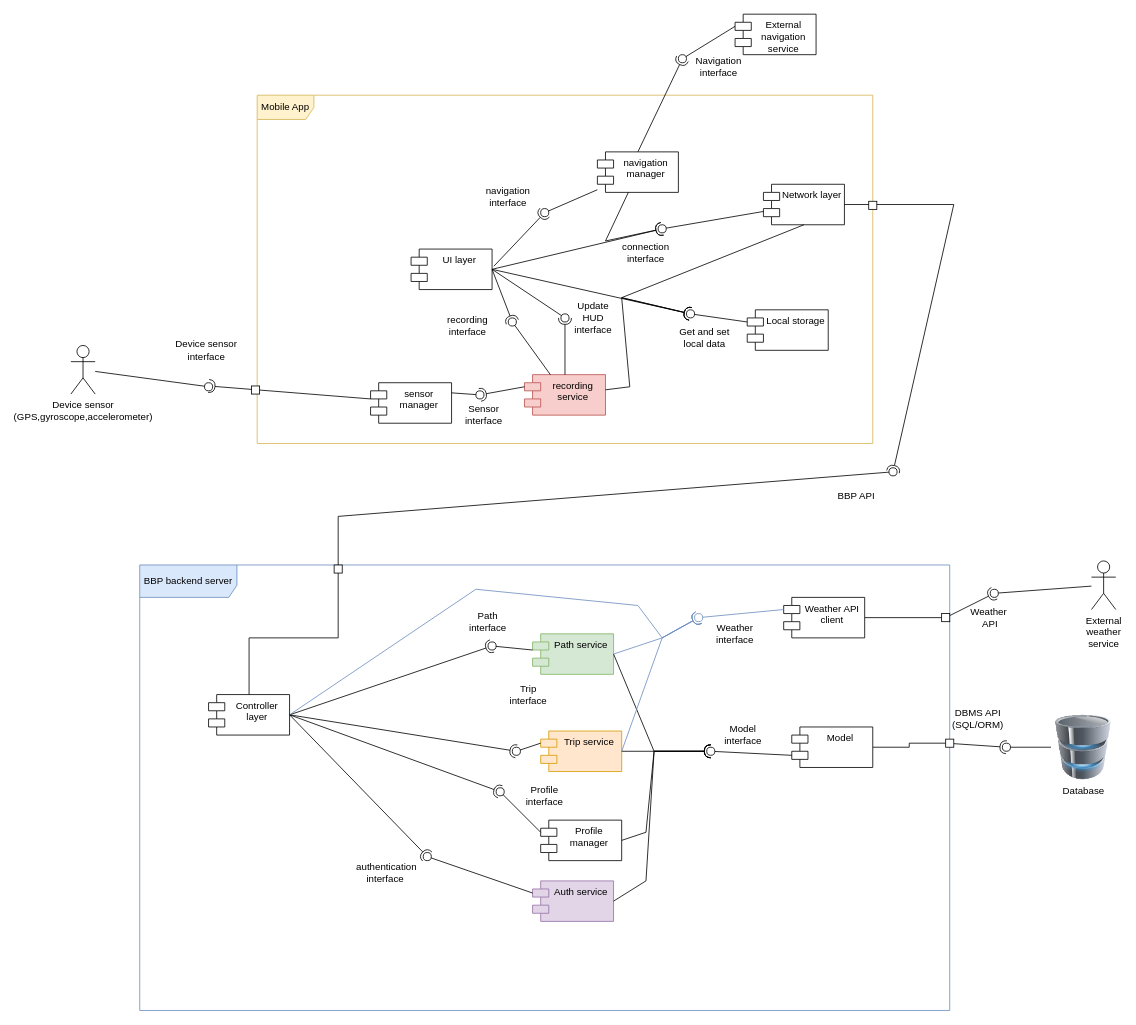
jacopobellosi/Bellosi-Montanelli-Tempobono keeps this draw.io diagram as page "Complete_low_level_diagram" (3 of 7) of DD/LaTeXCode/images/drawio/Component_diagram.drawio. Above is the earlier version. Source tidied: cells renumbered, new cells numbered last; positions are measured from the earlier drawing's top-left corner, leaving out a move shared by most shapes. Both pictures are drawn from the tidied source at 81%, with x=0, y=0 at pixel (70, 14).
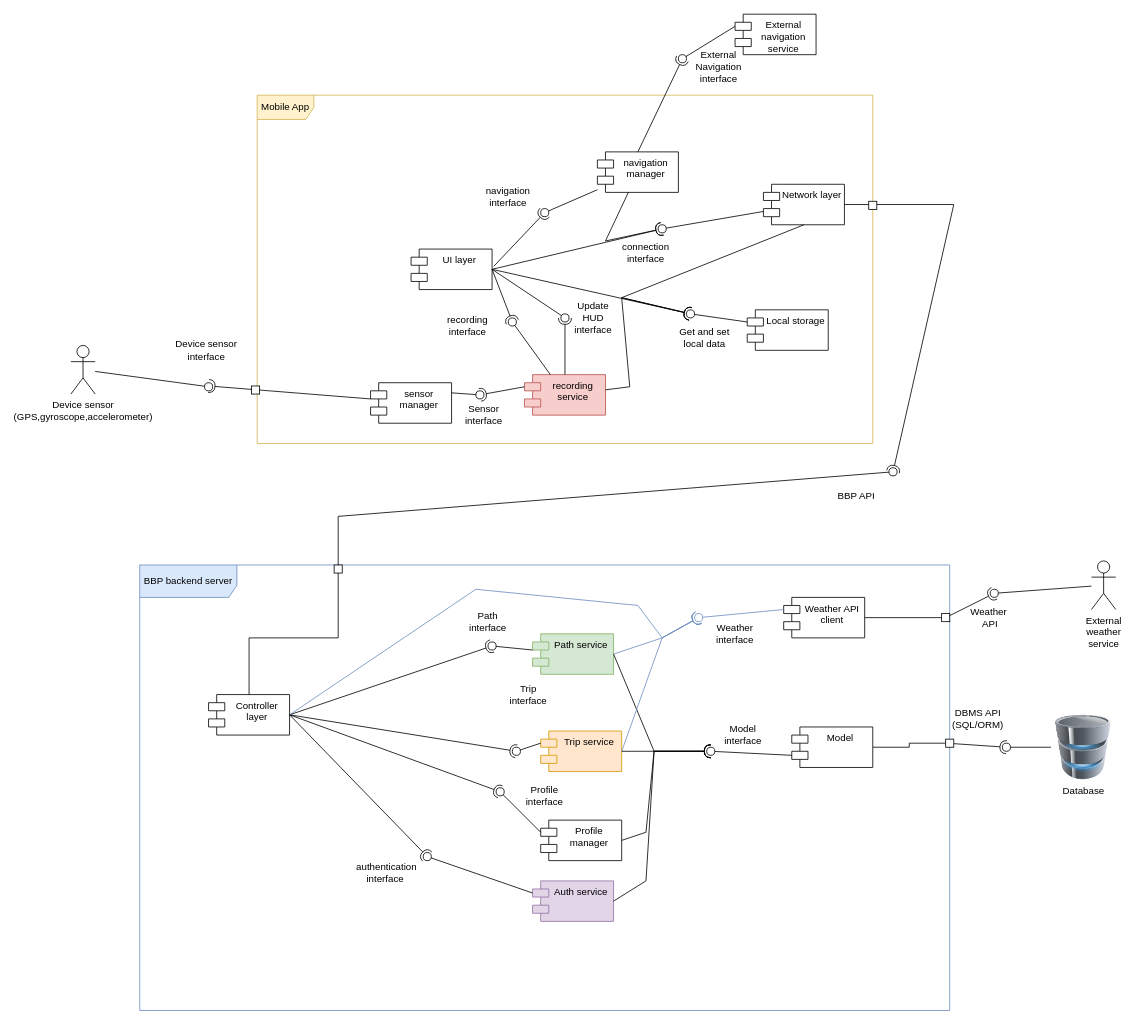
After the change.

Change to the diagram source:
```diff
@@
-    <mxCell id="16" value="Navigation&lt;br&gt;interface" style="text;html=1;whiteSpace=wrap;strokeColor=none;fillColor=none;align=center;verticalAlign=middle;rounded=0;" parent="1" vertex="1">
+    <mxCell id="16" value="External&lt;br&gt;Navigation&lt;br&gt;interface" style="text;html=1;whiteSpace=wrap;strokeColor=none;fillColor=none;align=center;verticalAlign=middle;rounded=0;" parent="1" vertex="1">
       <mxGeometry x="770" y="50" width="60" height="30" as="geometry" />
     </mxCell>
```
